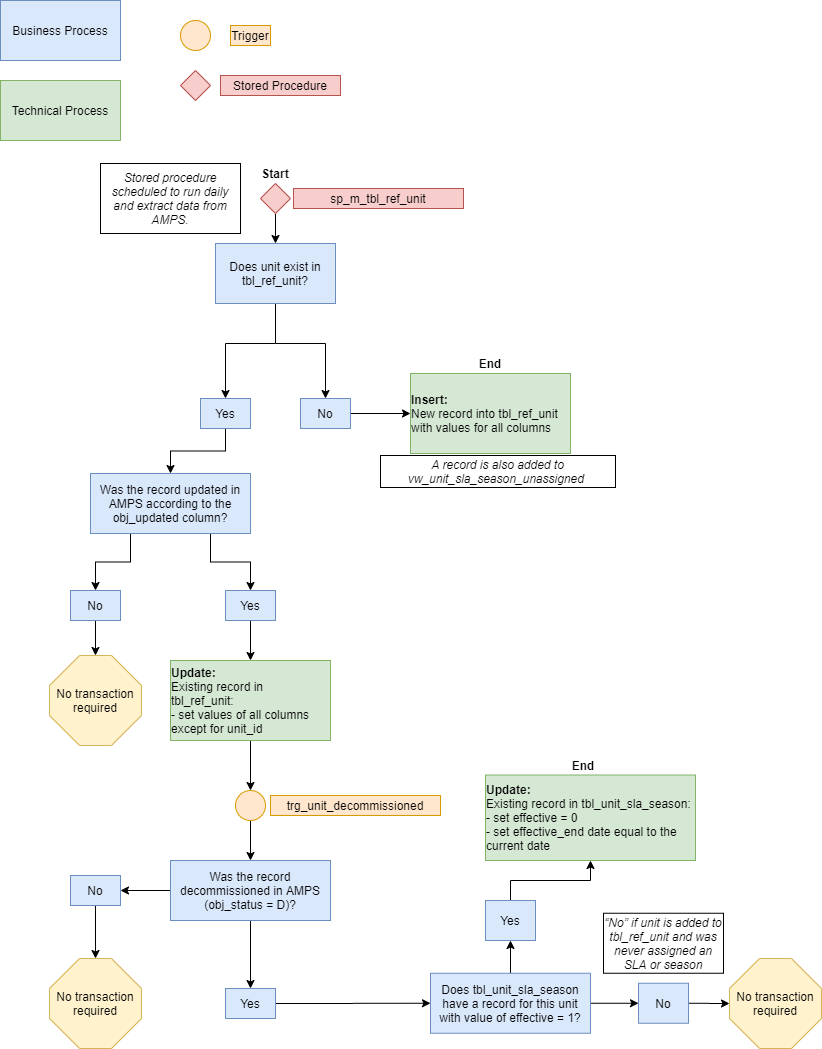
The draw.io diagram images/trg_unit_decommissioned.png in NYC-Parks/SLADB, before a commit. Source tidied: cells renumbered, new cells last; positions are measured from the earlier drawing's top-left corner, leaving out a move shared by most shapes.
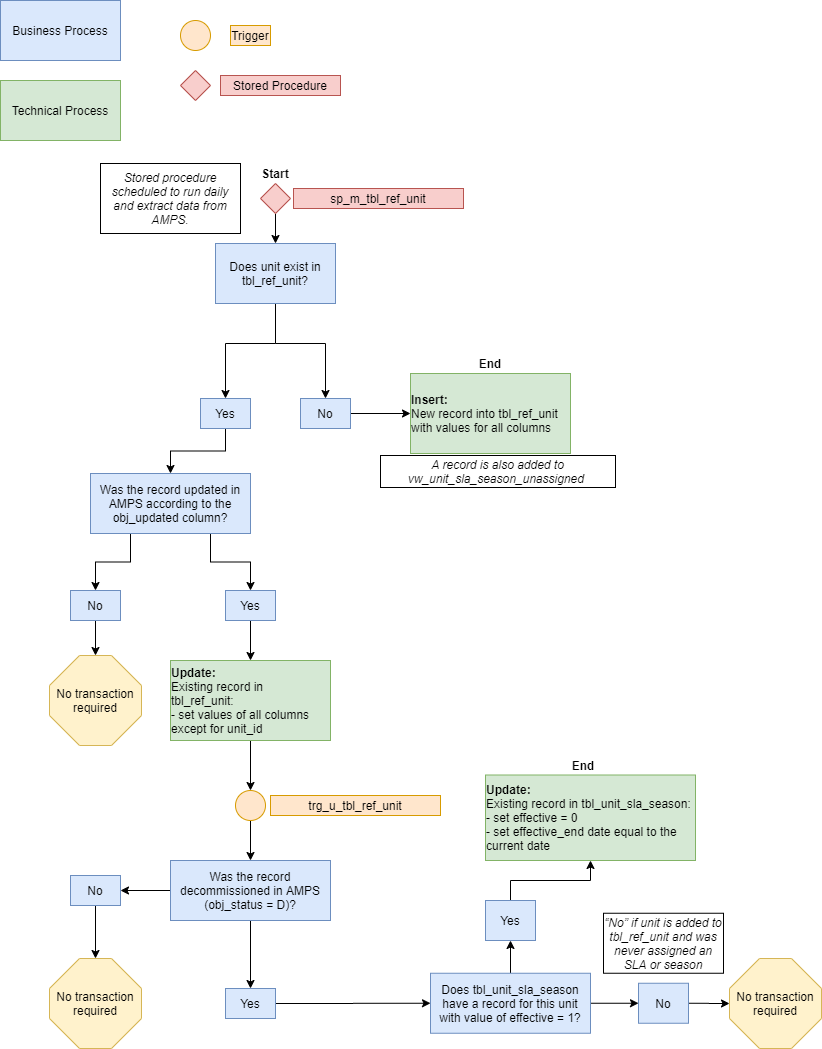
The same file after the commit.

What changed in the source:
```diff
@@ -54,7 +54,7 @@
         </Array>
       </mxGeometry>
     </mxCell>
-    <mxCell id="17" value="trg_unit_decommissioned" style="text;html=1;strokeColor=#d79b00;fillColor=#ffe6cc;align=center;verticalAlign=middle;whiteSpace=wrap;rounded=0;" parent="1" vertex="1">
+    <mxCell id="17" value="trg_u_tbl_ref_unit" style="text;html=1;strokeColor=#d79b00;fillColor=#ffe6cc;align=center;verticalAlign=middle;whiteSpace=wrap;rounded=0;" parent="1" vertex="1">
       <mxGeometry x="270" y="795" width="170" height="20" as="geometry" />
     </mxCell>
     <mxCell id="18" value="Does unit exist in tbl_ref_unit?" style="rounded=0;whiteSpace=wrap;html=1;fillColor=#dae8fc;strokeColor=#6c8ebf;" parent="1" vertex="1">
```
